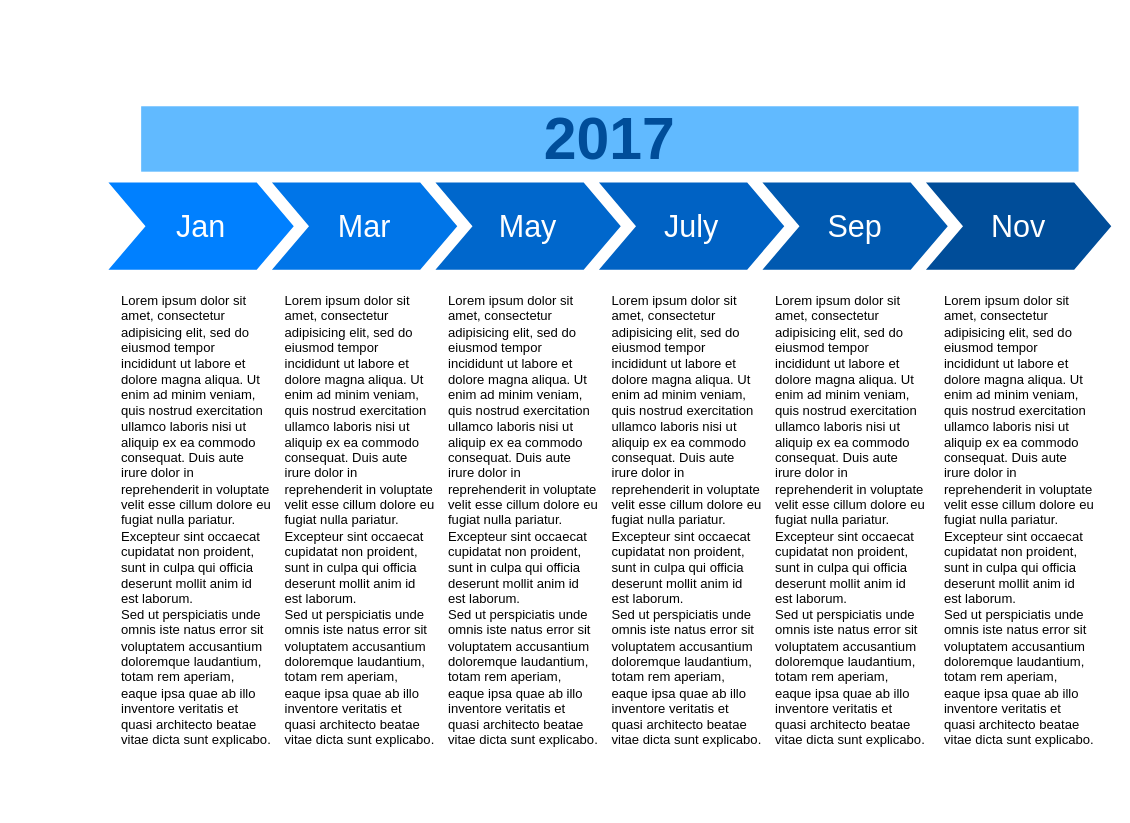
Before: page "E2E-Workflow" (2 of 3) of timeline.drawio in orenevan/diagrams, a draw.io diagram. Source tidied: cells renumbered, new cells numbered last; positions are measured from the earlier drawing's top-left corner, leaving out a move shared by most shapes. Both pictures are drawn from the tidied source at 109%, with x=0, y=0 at pixel (108, 106).
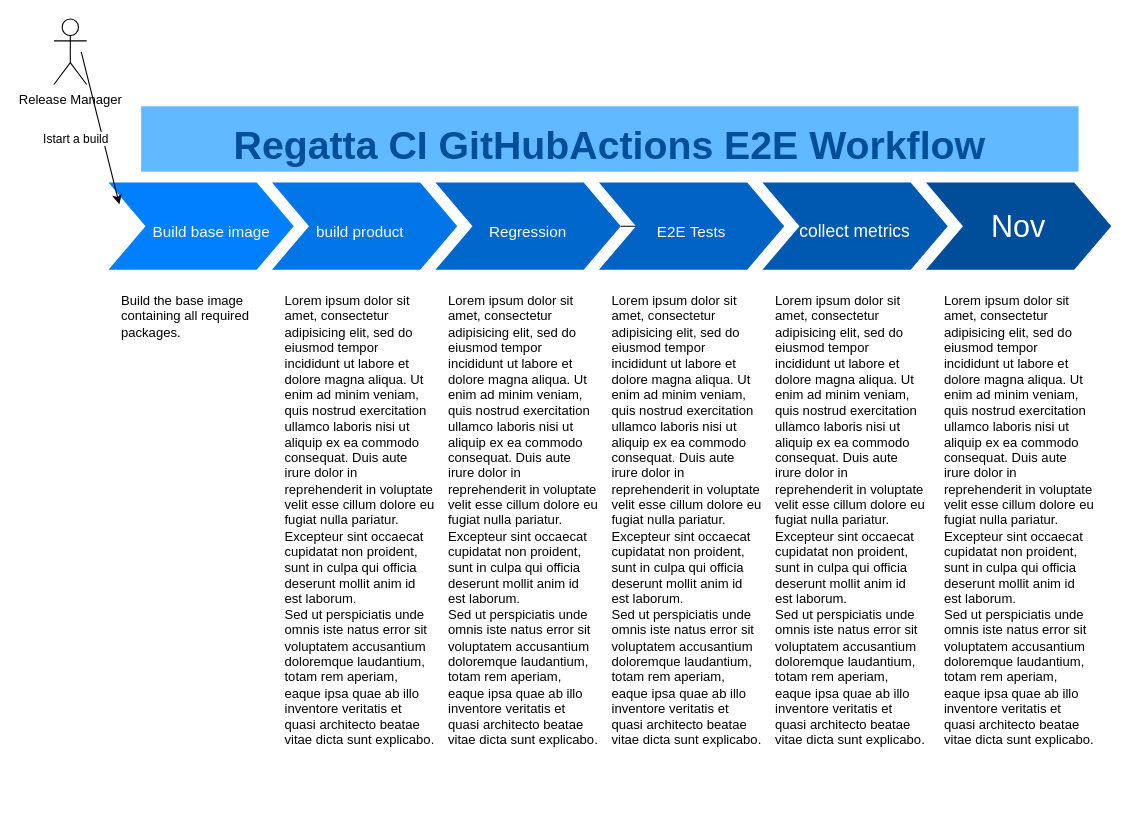
The same diagram, later.

The edit, as a diff of the source:
```diff
@@
 <mxGraphModel>
   <root>
     <mxCell id="0" />
     <mxCell id="1" parent="0" />
-    <mxCell id="2" value="Jan" style="shape=step;whiteSpace=wrap;html=1;fontSize=28;fillColor=#0080FF;fontColor=#FFFFFF;strokeColor=none;" parent="1" vertex="1">
+    <mxCell id="2" value="&lt;font style=&quot;font-size: 14px;&quot;&gt;&amp;nbsp; &amp;nbsp; &amp;nbsp;Build base image&lt;/font&gt;" style="shape=step;whiteSpace=wrap;html=1;fontSize=28;fillColor=#0080FF;fontColor=#FFFFFF;strokeColor=none;" parent="1" vertex="1">
       <mxGeometry y="70" width="170" height="80" as="geometry" />
     </mxCell>
-    <mxCell id="3" value="Mar" style="shape=step;whiteSpace=wrap;html=1;fontSize=28;fillColor=#0075E8;fontColor=#FFFFFF;strokeColor=none;" parent="1" vertex="1">
+    <mxCell id="3" value="&lt;font style=&quot;font-size: 14px;&quot;&gt;build product&lt;/font&gt;&amp;nbsp;" style="shape=step;whiteSpace=wrap;html=1;fontSize=28;fillColor=#0075E8;fontColor=#FFFFFF;strokeColor=none;" parent="1" vertex="1">
       <mxGeometry x="150" y="70" width="170" height="80" as="geometry" />
     </mxCell>
+    <mxCell id="15" style="edgeStyle=orthogonalEdgeStyle;rounded=0;jettySize=auto;html=1;exitX=1;exitY=0.5;exitDx=0;exitDy=0;entryX=0.211;entryY=0.532;entryDx=0;entryDy=0;entryPerimeter=0;" parent="1" edge="1" source="4" target="5">
+      <mxGeometry relative="1" as="geometry" />
+    </mxCell>
-    <mxCell id="4" value="May" style="shape=step;whiteSpace=wrap;html=1;fontSize=28;fillColor=#0067CC;fontColor=#FFFFFF;strokeColor=none;" parent="1" vertex="1">
+    <mxCell id="4" value="&lt;font style=&quot;font-size: 14px;&quot;&gt;Regression&lt;/font&gt;" style="shape=step;whiteSpace=wrap;html=1;fontSize=28;fillColor=#0067CC;fontColor=#FFFFFF;strokeColor=none;" parent="1" vertex="1">
       <mxGeometry x="300" y="70" width="170" height="80" as="geometry" />
     </mxCell>
-    <mxCell id="5" value="July" style="shape=step;whiteSpace=wrap;html=1;fontSize=28;fillColor=#0062C4;fontColor=#FFFFFF;strokeColor=none;" parent="1" vertex="1">
+    <mxCell id="5" value="&lt;span style=&quot;font-size: 14px;&quot;&gt;E2E Tests&lt;/span&gt;" style="shape=step;whiteSpace=wrap;html=1;fontSize=28;fillColor=#0062C4;fontColor=#FFFFFF;strokeColor=none;" parent="1" vertex="1">
       <mxGeometry x="450" y="70" width="170" height="80" as="geometry" />
     </mxCell>
-    <mxCell id="6" value="Sep" style="shape=step;whiteSpace=wrap;html=1;fontSize=28;fillColor=#0059B0;fontColor=#FFFFFF;strokeColor=none;" parent="1" vertex="1">
+    <mxCell id="6" value="&lt;font size=&quot;3&quot;&gt;collect metrics&lt;/font&gt;" style="shape=step;whiteSpace=wrap;html=1;fontSize=28;fillColor=#0059B0;fontColor=#FFFFFF;strokeColor=none;" parent="1" vertex="1">
       <mxGeometry x="600" y="70" width="170" height="80" as="geometry" />
     </mxCell>
     <mxCell id="7" value="Nov" style="shape=step;whiteSpace=wrap;html=1;fontSize=28;fillColor=#004D99;fontColor=#FFFFFF;strokeColor=none;" parent="1" vertex="1">
       <mxGeometry x="750" y="70" width="170" height="80" as="geometry" />
     </mxCell>
-    <mxCell id="8" value="2017" style="text;html=1;strokeColor=none;fillColor=#61BAFF;align=center;verticalAlign=middle;whiteSpace=wrap;fontSize=54;fontStyle=1;fontColor=#004D99;" parent="1" vertex="1">
+    <mxCell id="8" value="&lt;font style=&quot;font-size: 36px;&quot;&gt;Regatta CI GitHubActions E2E Workflow&lt;/font&gt;" style="text;html=1;strokeColor=none;fillColor=#61BAFF;align=center;verticalAlign=middle;whiteSpace=wrap;fontSize=54;fontStyle=1;fontColor=#004D99;" parent="1" vertex="1">
       <mxGeometry x="30" width="860" height="60" as="geometry" />
     </mxCell>
-    <mxCell id="9" value="Lorem ipsum dolor sit amet, consectetur adipisicing elit, sed do eiusmod tempor incididunt ut labore et dolore magna aliqua. Ut enim ad minim veniam, quis nostrud exercitation ullamco laboris nisi ut aliquip ex ea commodo consequat. Duis aute irure dolor in reprehenderit in voluptate velit esse cillum dolore eu fugiat nulla pariatur. Excepteur sint occaecat cupidatat non proident, sunt in culpa qui officia deserunt mollit anim id est laborum.&lt;br&gt;Sed ut perspiciatis unde omnis iste natus error sit voluptatem accusantium doloremque laudantium, totam rem aperiam, eaque ipsa quae ab illo inventore veritatis et quasi architecto beatae vitae dicta sunt explicabo." style="text;spacingTop=-5;fillColor=#ffffff;whiteSpace=wrap;html=1;align=left;fontSize=12;fontFamily=Helvetica;fillColor=none;strokeColor=none;" parent="1" vertex="1">
+    <mxCell id="9" value="Build the base image containing all required packages.&amp;nbsp;&lt;br&gt;&lt;br&gt;&lt;br&gt;&lt;br&gt;&lt;br&gt;" style="text;spacingTop=-5;fillColor=#ffffff;whiteSpace=wrap;html=1;align=left;fontSize=12;fontFamily=Helvetica;fillColor=none;strokeColor=none;" parent="1" vertex="1">
       <mxGeometry x="10" y="170" width="140" height="470" as="geometry" />
     </mxCell>
     <mxCell id="10" value="Lorem ipsum dolor sit amet, consectetur adipisicing elit, sed do eiusmod tempor incididunt ut labore et dolore magna aliqua. Ut enim ad minim veniam, quis nostrud exercitation ullamco laboris nisi ut aliquip ex ea commodo consequat. Duis aute irure dolor in reprehenderit in voluptate velit esse cillum dolore eu fugiat nulla pariatur. Excepteur sint occaecat cupidatat non proident, sunt in culpa qui officia deserunt mollit anim id est laborum.&lt;br&gt;Sed ut perspiciatis unde omnis iste natus error sit voluptatem accusantium doloremque laudantium, totam rem aperiam, eaque ipsa quae ab illo inventore veritatis et quasi architecto beatae vitae dicta sunt explicabo." style="text;spacingTop=-5;fillColor=#ffffff;whiteSpace=wrap;html=1;align=left;fontSize=12;fontFamily=Helvetica;fillColor=none;strokeColor=none;" parent="1" vertex="1">
       <mxGeometry x="160" y="170" width="140" height="470" as="geometry" />
     </mxCell>
     <mxCell id="11" value="Lorem ipsum dolor sit amet, consectetur adipisicing elit, sed do eiusmod tempor incididunt ut labore et dolore magna aliqua. Ut enim ad minim veniam, quis nostrud exercitation ullamco laboris nisi ut aliquip ex ea commodo consequat. Duis aute irure dolor in reprehenderit in voluptate velit esse cillum dolore eu fugiat nulla pariatur. Excepteur sint occaecat cupidatat non proident, sunt in culpa qui officia deserunt mollit anim id est laborum.&lt;br&gt;Sed ut perspiciatis unde omnis iste natus error sit voluptatem accusantium doloremque laudantium, totam rem aperiam, eaque ipsa quae ab illo inventore veritatis et quasi architecto beatae vitae dicta sunt explicabo." style="text;spacingTop=-5;fillColor=#ffffff;whiteSpace=wrap;html=1;align=left;fontSize=12;fontFamily=Helvetica;fillColor=none;strokeColor=none;" parent="1" vertex="1">
       <mxGeometry x="310" y="170" width="140" height="470" as="geometry" />
     </mxCell>
     <mxCell id="12" value="Lorem ipsum dolor sit amet, consectetur adipisicing elit, sed do eiusmod tempor incididunt ut labore et dolore magna aliqua. Ut enim ad minim veniam, quis nostrud exercitation ullamco laboris nisi ut aliquip ex ea commodo consequat. Duis aute irure dolor in reprehenderit in voluptate velit esse cillum dolore eu fugiat nulla pariatur. Excepteur sint occaecat cupidatat non proident, sunt in culpa qui officia deserunt mollit anim id est laborum.&lt;br&gt;Sed ut perspiciatis unde omnis iste natus error sit voluptatem accusantium doloremque laudantium, totam rem aperiam, eaque ipsa quae ab illo inventore veritatis et quasi architecto beatae vitae dicta sunt explicabo." style="text;spacingTop=-5;fillColor=#ffffff;whiteSpace=wrap;html=1;align=left;fontSize=12;fontFamily=Helvetica;fillColor=none;strokeColor=none;" parent="1" vertex="1">
       <mxGeometry x="460" y="170" width="140" height="470" as="geometry" />
     </mxCell>
     <mxCell id="13" value="Lorem ipsum dolor sit amet, consectetur adipisicing elit, sed do eiusmod tempor incididunt ut labore et dolore magna aliqua. Ut enim ad minim veniam, quis nostrud exercitation ullamco laboris nisi ut aliquip ex ea commodo consequat. Duis aute irure dolor in reprehenderit in voluptate velit esse cillum dolore eu fugiat nulla pariatur. Excepteur sint occaecat cupidatat non proident, sunt in culpa qui officia deserunt mollit anim id est laborum.&lt;br&gt;Sed ut perspiciatis unde omnis iste natus error sit voluptatem accusantium doloremque laudantium, totam rem aperiam, eaque ipsa quae ab illo inventore veritatis et quasi architecto beatae vitae dicta sunt explicabo." style="text;spacingTop=-5;fillColor=#ffffff;whiteSpace=wrap;html=1;align=left;fontSize=12;fontFamily=Helvetica;fillColor=none;strokeColor=none;" parent="1" vertex="1">
       <mxGeometry x="610" y="170" width="140" height="470" as="geometry" />
     </mxCell>
     <mxCell id="14" value="Lorem ipsum dolor sit amet, consectetur adipisicing elit, sed do eiusmod tempor incididunt ut labore et dolore magna aliqua. Ut enim ad minim veniam, quis nostrud exercitation ullamco laboris nisi ut aliquip ex ea commodo consequat. Duis aute irure dolor in reprehenderit in voluptate velit esse cillum dolore eu fugiat nulla pariatur. Excepteur sint occaecat cupidatat non proident, sunt in culpa qui officia deserunt mollit anim id est laborum.&lt;br&gt;Sed ut perspiciatis unde omnis iste natus error sit voluptatem accusantium doloremque laudantium, totam rem aperiam, eaque ipsa quae ab illo inventore veritatis et quasi architecto beatae vitae dicta sunt explicabo." style="text;spacingTop=-5;fillColor=#ffffff;whiteSpace=wrap;html=1;align=left;fontSize=12;fontFamily=Helvetica;fillColor=none;strokeColor=none;" parent="1" vertex="1">
       <mxGeometry x="765" y="170" width="140" height="470" as="geometry" />
     </mxCell>
+    <mxCell id="16" value="Release Manager&lt;br&gt;" style="shape=umlActor;verticalLabelPosition=bottom;verticalAlign=top;html=1;" parent="1" vertex="1">
+      <mxGeometry x="-50" y="-80" width="30" height="60" as="geometry" />
+    </mxCell>
+    <mxCell id="17" value="Istart&amp;nbsp;a build" style="endArrow=classic;html=1;rounded=0;exitX=0.5;exitY=0.5;exitDx=0;exitDy=0;exitPerimeter=0;entryX=0;entryY=0.25;entryDx=0;entryDy=0;" parent="1" edge="1">
+      <mxGeometry x="0.06" y="-24" relative="1" as="geometry">
+        <mxPoint x="-25" y="-50" as="sourcePoint" />
+        <mxPoint x="10" y="90" as="targetPoint" />
+      </mxGeometry>
+    </mxCell>
   </root>
 </mxGraphModel>
```
